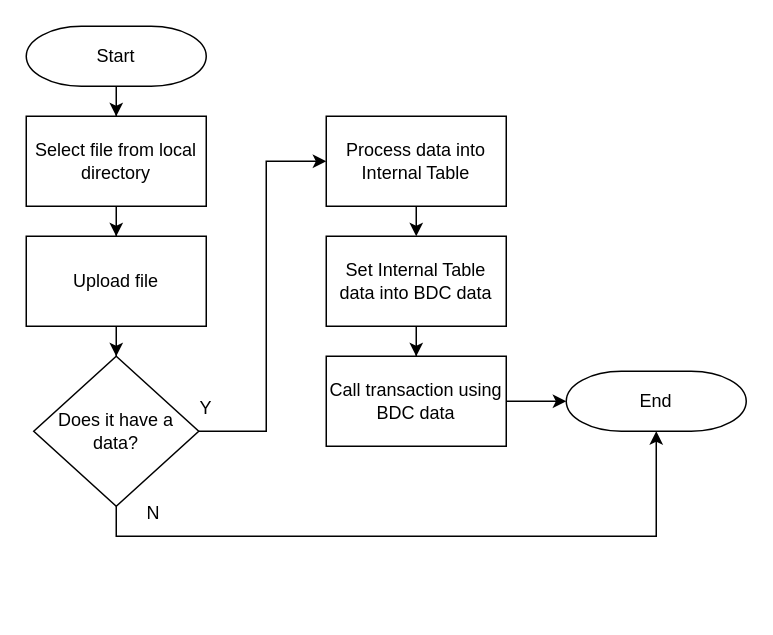
Earlier version of the draw.io diagram MatDet.drawio (ivanpilariza/assignment). Source tidied: cells renumbered, new cells numbered last; positions are measured from the earlier drawing's top-left corner, leaving out a move shared by most shapes. Both pictures are drawn from the tidied source at 150%, with x=0, y=0 at pixel (26, 26).
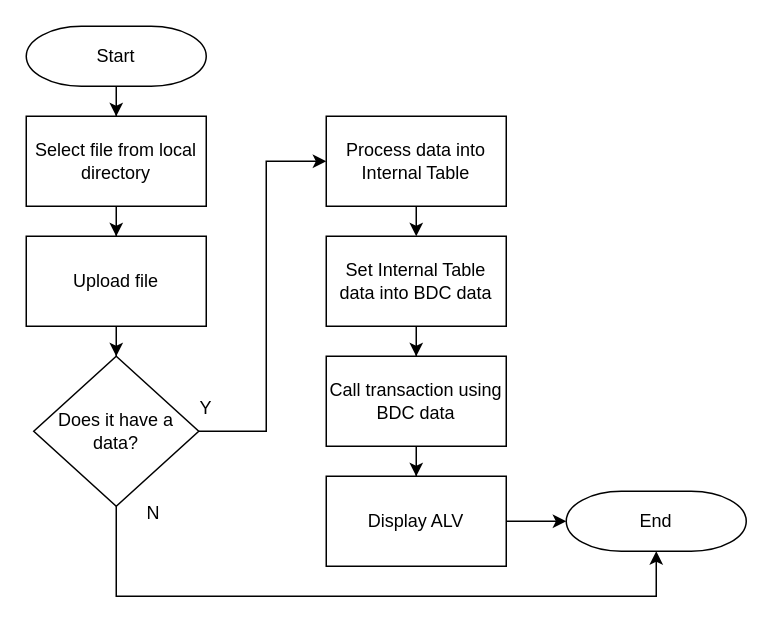
After the change.

Unchanged cells that the change refers to:
```xml
<mxCell id="9" value="Does it have a data?" style="rhombus;whiteSpace=wrap;html=1;strokeWidth=1;" parent="1" vertex="1">
  <mxGeometry x="5" y="220" width="110" height="100" as="geometry" />
</mxCell>
<mxCell id="15" value="Call transaction using BDC data" style="whiteSpace=wrap;html=1;strokeWidth=1;" parent="1" vertex="1">
  <mxGeometry x="200" y="220" width="120" height="60" as="geometry" />
</mxCell>
```

The edit, as a diff of the source:
```diff
@@
-    <mxCell id="14" style="edgeStyle=orthogonalEdgeStyle;rounded=0;jettySize=auto;html=1;entryX=0;entryY=0.5;entryDx=0;entryDy=0;entryPerimeter=0;" parent="1" edge="1" source="15" target="16">
-      <mxGeometry relative="1" as="geometry" />
-    </mxCell>
+    <mxCell id="20" style="edgeStyle=orthogonalEdgeStyle;rounded=0;jettySize=auto;html=1;" parent="1" edge="1" source="15" target="22">
+      <mxGeometry relative="1" as="geometry" />
+    </mxCell>
@@
     <mxCell id="16" value="End" style="strokeWidth=1;html=1;shape=mxgraph.flowchart.terminator;whiteSpace=wrap;" parent="1" vertex="1">
-      <mxGeometry x="360" y="230" width="120" height="40" as="geometry" />
+      <mxGeometry x="360" y="310" width="120" height="40" as="geometry" />
     </mxCell>
     <mxCell id="17" style="endArrow=classic;html=1;rounded=0;exitX=0.5;exitY=1;exitDx=0;exitDy=0;entryX=0.5;entryY=1;entryDx=0;entryDy=0;entryPerimeter=0;" parent="1" edge="1" source="9" target="16">
       <mxGeometry relative="1" as="geometry">
         <Array as="points">
-          <mxPoint x="60" y="340" />
-          <mxPoint x="140" y="340" />
-          <mxPoint x="220" y="340" />
-          <mxPoint x="420" y="340" />
+          <mxPoint x="60" y="380" />
+          <mxPoint x="220" y="380" />
+          <mxPoint x="420" y="380" />
         </Array>
       </mxGeometry>
     </mxCell>
@@
+    <mxCell id="21" style="edgeStyle=orthogonalEdgeStyle;rounded=0;jettySize=auto;html=1;exitX=1;exitY=0.5;exitDx=0;exitDy=0;entryX=0;entryY=0.5;entryDx=0;entryDy=0;entryPerimeter=0;" parent="1" edge="1" source="22" target="16">
+      <mxGeometry relative="1" as="geometry" />
+    </mxCell>
+    <mxCell id="22" value="Display ALV" style="whiteSpace=wrap;html=1;strokeWidth=1;" parent="1" vertex="1">
+      <mxGeometry x="200" y="300" width="120" height="60" as="geometry" />
+    </mxCell>
```
